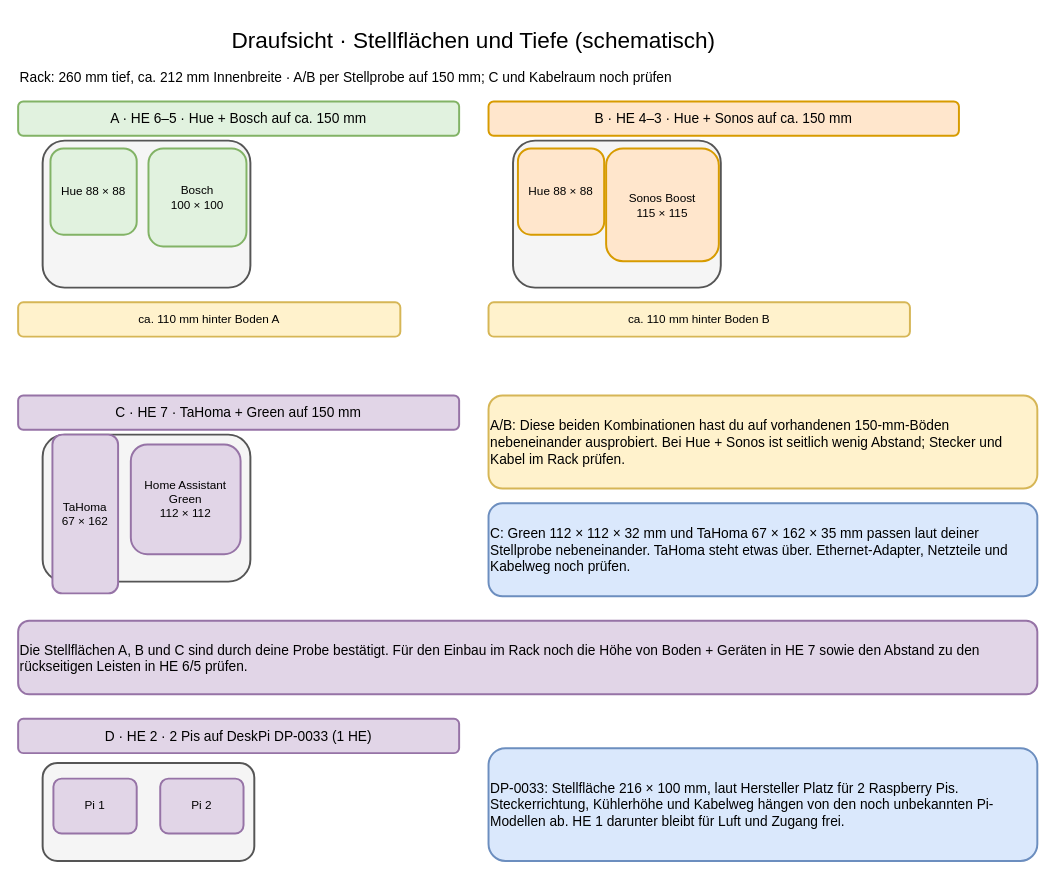
Before: page "Fachböden – Draufsicht" (2 of 4) of 10-zoll-rack-planung.drawio in tiptronic/diagrams, a draw.io diagram. Source tidied: cells renumbered, new cells numbered last; positions are measured from the earlier drawing's top-left corner, leaving out a move shared by most shapes. Both pictures are drawn from the tidied source at 98%, with x=0, y=0 at pixel (18, 18).
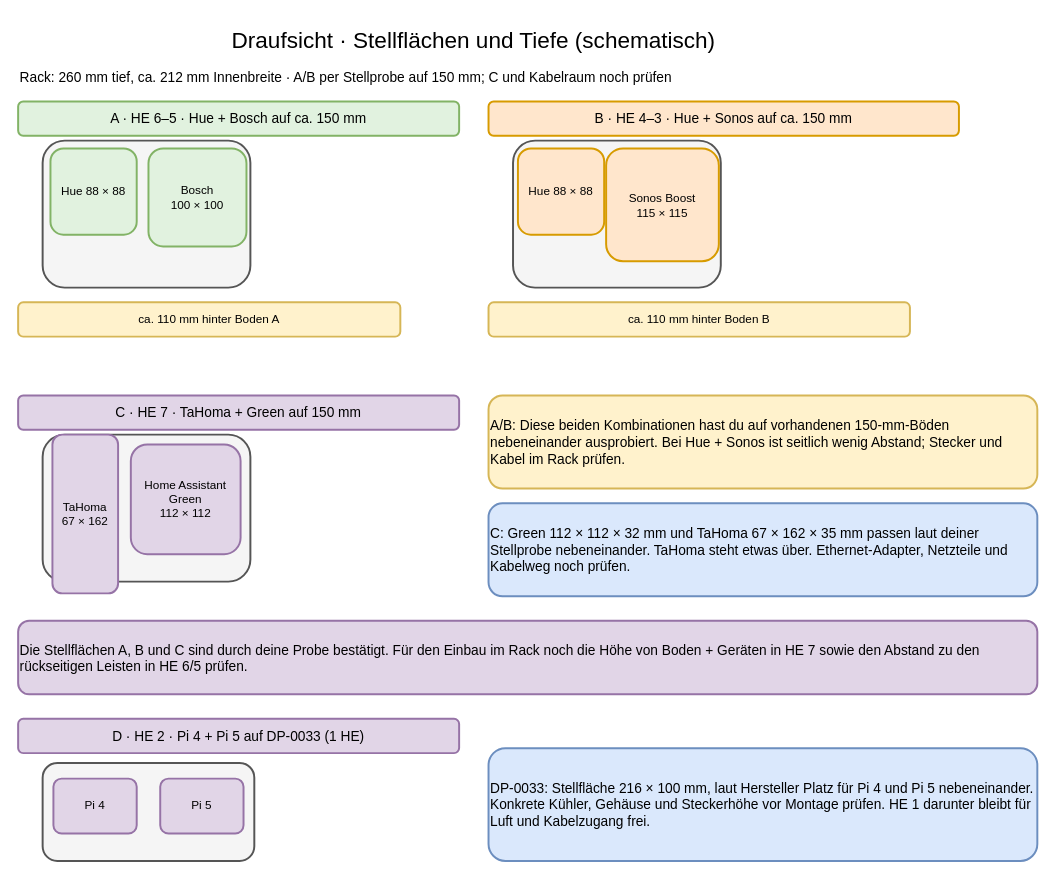
After the change.

Commit message (it also covers changes not shown here):
Specify Raspberry Pi 4 and Pi 5 power needs

Diff of the diagram source:
```diff
@@
-    <mxCell id="21" value="D · HE 2 · 2 Pis auf DeskPi DP-0033 (1 HE)" style="rounded=1;whiteSpace=wrap;html=1;align=center;verticalAlign=middle;strokeWidth=2;fontSize=14;fillColor=#e1d5e7;strokeColor=#9673a6;" parent="1" vertex="1">
+    <mxCell id="21" value="D · HE 2 · Pi 4 + Pi 5 auf DP-0033 (1 HE)" style="rounded=1;whiteSpace=wrap;html=1;align=center;verticalAlign=middle;strokeWidth=2;fontSize=14;fillColor=#e1d5e7;strokeColor=#9673a6;" parent="1" vertex="1">
       <mxGeometry y="715" width="450" height="35" as="geometry" />
     </mxCell>
@@
-    <mxCell id="23" value="Pi 1" style="rounded=1;whiteSpace=wrap;html=1;align=center;verticalAlign=middle;strokeWidth=2;fontSize=12;fillColor=#e1d5e7;strokeColor=#9673a6;" parent="1" vertex="1">
+    <mxCell id="23" value="Pi 4" style="rounded=1;whiteSpace=wrap;html=1;align=center;verticalAlign=middle;strokeWidth=2;fontSize=12;fillColor=#e1d5e7;strokeColor=#9673a6;" parent="1" vertex="1">
       <mxGeometry x="36" y="776" width="85" height="56" as="geometry" />
     </mxCell>
-    <mxCell id="24" value="Pi 2" style="rounded=1;whiteSpace=wrap;html=1;align=center;verticalAlign=middle;strokeWidth=2;fontSize=12;fillColor=#e1d5e7;strokeColor=#9673a6;" parent="1" vertex="1">
+    <mxCell id="24" value="Pi 5" style="rounded=1;whiteSpace=wrap;html=1;align=center;verticalAlign=middle;strokeWidth=2;fontSize=12;fillColor=#e1d5e7;strokeColor=#9673a6;" parent="1" vertex="1">
       <mxGeometry x="145" y="776" width="85" height="56" as="geometry" />
     </mxCell>
-    <mxCell id="25" value="DP-0033: Stellfläche 216 × 100 mm, laut Hersteller Platz für 2 Raspberry Pis. Steckerrichtung, Kühlerhöhe und Kabelweg hängen von den noch unbekannten Pi-Modellen ab. HE 1 darunter bleibt für Luft und Zugang frei." style="rounded=1;whiteSpace=wrap;html=1;align=left;verticalAlign=middle;strokeWidth=2;fontSize=14;fillColor=#dae8fc;strokeColor=#6c8ebf;" parent="1" vertex="1">
+    <mxCell id="25" value="DP-0033: Stellfläche 216 × 100 mm, laut Hersteller Platz für Pi 4 und Pi 5 nebeneinander. Konkrete Kühler, Gehäuse und Steckerhöhe vor Montage prüfen. HE 1 darunter bleibt für Luft und Kabelzugang frei." style="rounded=1;whiteSpace=wrap;html=1;align=left;verticalAlign=middle;strokeWidth=2;fontSize=14;fillColor=#dae8fc;strokeColor=#6c8ebf;" parent="1" vertex="1">
       <mxGeometry x="480" y="745" width="560" height="115" as="geometry" />
     </mxCell>
```
